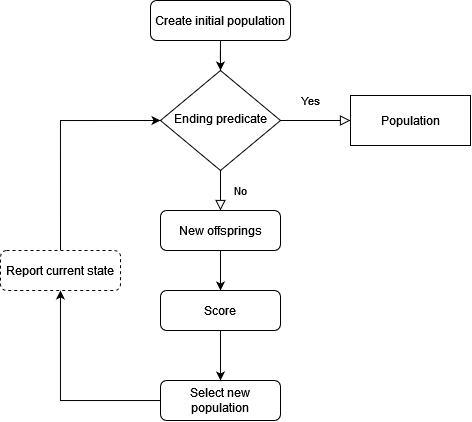
The draw.io diagram Thesis/diagrams/Evolutionary algorithm.png in CyrChudac/DiplomaThesis, before a commit. Source tidied: cells renumbered, new cells last; positions are measured from the earlier drawing's top-left corner, leaving out a move shared by most shapes. Source of this version:
```xml
<mxGraphModel>
  <root>
    <mxCell id="0" />
    <mxCell id="1" parent="0" />
    <mxCell id="2" style="edgeStyle=orthogonalEdgeStyle;rounded=0;jettySize=auto;html=1;entryX=0.5;entryY=0;entryDx=0;entryDy=0;" parent="1" edge="1" source="3" target="6">
      <mxGeometry relative="1" as="geometry" />
    </mxCell>
    <mxCell id="3" value="Create initial population" style="rounded=1;whiteSpace=wrap;html=1;fontSize=12;glass=0;strokeWidth=1;shadow=0;" parent="1" vertex="1">
      <mxGeometry x="150" width="140" height="40" as="geometry" />
    </mxCell>
    <mxCell id="4" value="No" style="rounded=0;html=1;jettySize=auto;fontSize=11;endArrow=block;endFill=0;endSize=8;strokeWidth=1;shadow=0;labelBackgroundColor=none;edgeStyle=orthogonalEdgeStyle;entryX=0.5;entryY=0;entryDx=0;entryDy=0;" parent="1" edge="1" source="6" target="10">
      <mxGeometry y="20" relative="1" as="geometry" />
    </mxCell>
    <mxCell id="5" value="Yes" style="edgeStyle=orthogonalEdgeStyle;rounded=0;html=1;jettySize=auto;fontSize=11;endArrow=block;endFill=0;endSize=8;strokeWidth=1;shadow=0;labelBackgroundColor=none;" parent="1" edge="1" source="6" target="15">
      <mxGeometry x="-0.14" y="20" relative="1" as="geometry" />
    </mxCell>
    <mxCell id="6" value="Ending predicate" style="rhombus;whiteSpace=wrap;html=1;shadow=0;fontFamily=Helvetica;fontSize=12;align=center;strokeWidth=1;spacing=6;spacingTop=-4;" parent="1" vertex="1">
      <mxGeometry x="160" y="70" width="120" height="100" as="geometry" />
    </mxCell>
    <mxCell id="7" style="edgeStyle=orthogonalEdgeStyle;rounded=0;jettySize=auto;html=1;" parent="1" edge="1" source="8" target="14">
      <mxGeometry relative="1" as="geometry" />
    </mxCell>
    <mxCell id="8" value="Select new population" style="rounded=1;whiteSpace=wrap;html=1;fontSize=12;glass=0;strokeWidth=1;shadow=0;" parent="1" vertex="1">
      <mxGeometry x="160" y="380" width="120" height="40" as="geometry" />
    </mxCell>
    <mxCell id="9" style="edgeStyle=orthogonalEdgeStyle;rounded=0;jettySize=auto;html=1;entryX=0.5;entryY=0;entryDx=0;entryDy=0;" parent="1" edge="1" source="10" target="12">
      <mxGeometry relative="1" as="geometry" />
    </mxCell>
    <mxCell id="10" value="New offsprings" style="rounded=1;whiteSpace=wrap;html=1;fontSize=12;glass=0;strokeWidth=1;shadow=0;" parent="1" vertex="1">
      <mxGeometry x="160" y="210" width="120" height="40" as="geometry" />
    </mxCell>
    <mxCell id="11" style="edgeStyle=orthogonalEdgeStyle;rounded=0;jettySize=auto;html=1;" parent="1" edge="1" source="12" target="8">
      <mxGeometry relative="1" as="geometry" />
    </mxCell>
    <mxCell id="12" value="Score" style="rounded=1;whiteSpace=wrap;html=1;fontSize=12;glass=0;strokeWidth=1;shadow=0;" parent="1" vertex="1">
      <mxGeometry x="160" y="290" width="120" height="40" as="geometry" />
    </mxCell>
    <mxCell id="13" style="edgeStyle=orthogonalEdgeStyle;rounded=0;jettySize=auto;html=1;entryX=0;entryY=0.5;entryDx=0;entryDy=0;exitX=0.5;exitY=0;exitDx=0;exitDy=0;" parent="1" edge="1" source="14" target="6">
      <mxGeometry relative="1" as="geometry" />
    </mxCell>
    <mxCell id="14" value="Report current state" style="rounded=1;whiteSpace=wrap;html=1;dashed=1;" parent="1" vertex="1">
      <mxGeometry y="250" width="120" height="40" as="geometry" />
    </mxCell>
    <mxCell id="15" value="Population" style="rounded=0;whiteSpace=wrap;html=1;" parent="1" vertex="1">
      <mxGeometry x="350" y="95" width="120" height="50" as="geometry" />
    </mxCell>
  </root>
</mxGraphModel>
```
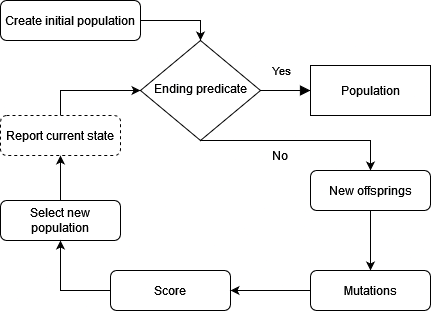
After the change.

Change to the diagram source:
```diff
@@ -2,47 +2,60 @@
   <root>
     <mxCell id="0" />
     <mxCell id="1" parent="0" />
-    <mxCell id="2" style="edgeStyle=orthogonalEdgeStyle;rounded=0;jettySize=auto;html=1;entryX=0.5;entryY=0;entryDx=0;entryDy=0;" parent="1" edge="1" source="3" target="6">
+    <mxCell id="2" style="edgeStyle=orthogonalEdgeStyle;rounded=0;jettySize=auto;html=1;exitX=1;exitY=0.5;exitDx=0;exitDy=0;entryX=0.5;entryY=0;entryDx=0;entryDy=0;" parent="1" edge="1" source="3" target="6">
       <mxGeometry relative="1" as="geometry" />
     </mxCell>
     <mxCell id="3" value="Create initial population" style="rounded=1;whiteSpace=wrap;html=1;fontSize=12;glass=0;strokeWidth=1;shadow=0;" parent="1" vertex="1">
-      <mxGeometry x="150" width="140" height="40" as="geometry" />
+      <mxGeometry x="-10" y="30" width="140" height="40" as="geometry" />
     </mxCell>
-    <mxCell id="4" value="No" style="rounded=0;html=1;jettySize=auto;fontSize=11;endArrow=block;endFill=0;endSize=8;strokeWidth=1;shadow=0;labelBackgroundColor=none;edgeStyle=orthogonalEdgeStyle;entryX=0.5;entryY=0;entryDx=0;entryDy=0;" parent="1" edge="1" source="6" target="10">
-      <mxGeometry y="20" relative="1" as="geometry" />
-    </mxCell>
-    <mxCell id="5" value="Yes" style="edgeStyle=orthogonalEdgeStyle;rounded=0;html=1;jettySize=auto;fontSize=11;endArrow=block;endFill=0;endSize=8;strokeWidth=1;shadow=0;labelBackgroundColor=none;" parent="1" edge="1" source="6" target="15">
+    <mxCell id="5" value="Yes" style="edgeStyle=orthogonalEdgeStyle;rounded=0;html=1;jettySize=auto;fontSize=11;endArrow=block;endFill=1;endSize=8;strokeWidth=1;shadow=0;labelBackgroundColor=none;" parent="1" edge="1" source="6" target="15">
       <mxGeometry x="-0.14" y="20" relative="1" as="geometry" />
     </mxCell>
+    <mxCell id="16" style="edgeStyle=orthogonalEdgeStyle;rounded=0;jettySize=auto;html=1;entryX=0.5;entryY=0;entryDx=0;entryDy=0;" parent="1" edge="1" source="6" target="10">
+      <mxGeometry relative="1" as="geometry">
+        <Array as="points">
+          <mxPoint x="360" y="170" />
+        </Array>
+      </mxGeometry>
+    </mxCell>
     <mxCell id="6" value="Ending predicate" style="rhombus;whiteSpace=wrap;html=1;shadow=0;fontFamily=Helvetica;fontSize=12;align=center;strokeWidth=1;spacing=6;spacingTop=-4;" parent="1" vertex="1">
-      <mxGeometry x="160" y="70" width="120" height="100" as="geometry" />
+      <mxGeometry x="130" y="70" width="120" height="100" as="geometry" />
     </mxCell>
     <mxCell id="7" style="edgeStyle=orthogonalEdgeStyle;rounded=0;jettySize=auto;html=1;" parent="1" edge="1" source="8" target="14">
       <mxGeometry relative="1" as="geometry" />
     </mxCell>
     <mxCell id="8" value="Select new population" style="rounded=1;whiteSpace=wrap;html=1;fontSize=12;glass=0;strokeWidth=1;shadow=0;" parent="1" vertex="1">
-      <mxGeometry x="160" y="380" width="120" height="40" as="geometry" />
+      <mxGeometry x="-10" y="230" width="120" height="40" as="geometry" />
     </mxCell>
-    <mxCell id="9" style="edgeStyle=orthogonalEdgeStyle;rounded=0;jettySize=auto;html=1;entryX=0.5;entryY=0;entryDx=0;entryDy=0;" parent="1" edge="1" source="10" target="12">
-      <mxGeometry relative="1" as="geometry" />
-    </mxCell>
+    <mxCell id="17" style="edgeStyle=orthogonalEdgeStyle;rounded=0;jettySize=auto;html=1;entryX=0.5;entryY=0;entryDx=0;entryDy=0;" parent="1" edge="1" source="10" target="19">
+      <mxGeometry relative="1" as="geometry" />
+    </mxCell>
     <mxCell id="10" value="New offsprings" style="rounded=1;whiteSpace=wrap;html=1;fontSize=12;glass=0;strokeWidth=1;shadow=0;" parent="1" vertex="1">
-      <mxGeometry x="160" y="210" width="120" height="40" as="geometry" />
+      <mxGeometry x="300" y="200" width="120" height="40" as="geometry" />
     </mxCell>
-    <mxCell id="11" style="edgeStyle=orthogonalEdgeStyle;rounded=0;jettySize=auto;html=1;" parent="1" edge="1" source="12" target="8">
+    <mxCell id="11" style="edgeStyle=orthogonalEdgeStyle;rounded=0;jettySize=auto;html=1;entryX=0.5;entryY=1;entryDx=0;entryDy=0;exitX=0;exitY=0.5;exitDx=0;exitDy=0;" parent="1" edge="1" source="12" target="8">
       <mxGeometry relative="1" as="geometry" />
     </mxCell>
     <mxCell id="12" value="Score" style="rounded=1;whiteSpace=wrap;html=1;fontSize=12;glass=0;strokeWidth=1;shadow=0;" parent="1" vertex="1">
-      <mxGeometry x="160" y="290" width="120" height="40" as="geometry" />
+      <mxGeometry x="100" y="300" width="120" height="40" as="geometry" />
     </mxCell>
     <mxCell id="13" style="edgeStyle=orthogonalEdgeStyle;rounded=0;jettySize=auto;html=1;entryX=0;entryY=0.5;entryDx=0;entryDy=0;exitX=0.5;exitY=0;exitDx=0;exitDy=0;" parent="1" edge="1" source="14" target="6">
       <mxGeometry relative="1" as="geometry" />
     </mxCell>
     <mxCell id="14" value="Report current state" style="rounded=1;whiteSpace=wrap;html=1;dashed=1;" parent="1" vertex="1">
-      <mxGeometry y="250" width="120" height="40" as="geometry" />
+      <mxGeometry x="-10" y="145" width="120" height="40" as="geometry" />
     </mxCell>
     <mxCell id="15" value="Population" style="rounded=0;whiteSpace=wrap;html=1;" parent="1" vertex="1">
-      <mxGeometry x="350" y="95" width="120" height="50" as="geometry" />
+      <mxGeometry x="300" y="95" width="120" height="50" as="geometry" />
     </mxCell>
+    <mxCell id="18" style="edgeStyle=orthogonalEdgeStyle;rounded=0;jettySize=auto;html=1;entryX=1;entryY=0.5;entryDx=0;entryDy=0;" parent="1" edge="1" source="19" target="12">
+      <mxGeometry relative="1" as="geometry" />
+    </mxCell>
+    <mxCell id="19" value="Mutations" style="rounded=1;whiteSpace=wrap;html=1;fontSize=12;glass=0;strokeWidth=1;shadow=0;" parent="1" vertex="1">
+      <mxGeometry x="300" y="300" width="120" height="40" as="geometry" />
+    </mxCell>
+    <mxCell id="4" value="No" style="text;html=1;align=center;verticalAlign=middle;whiteSpace=wrap;rounded=0;" parent="1" vertex="1">
+      <mxGeometry x="240" y="170" width="60" height="30" as="geometry" />
+    </mxCell>
   </root>
 </mxGraphModel>
```
